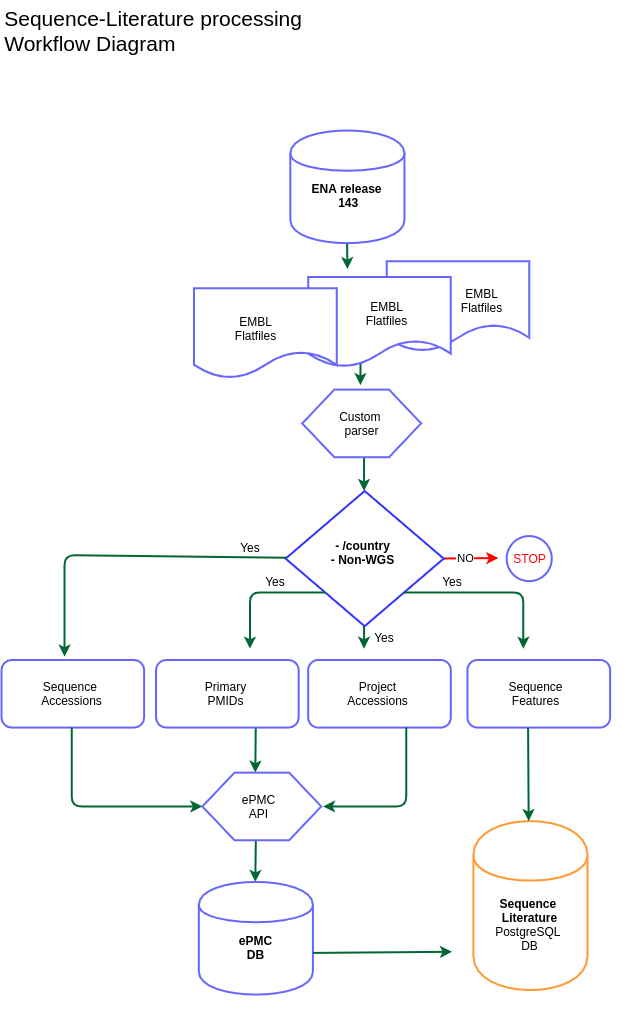
Before: preprocessing/WILDSIdataworkflow.png, a diagram exported from draw.io (alakob/sequence-literature). Source tidied: cells renumbered, new cells last; positions are measured from the earlier drawing's top-left corner, leaving out a move shared by most shapes.
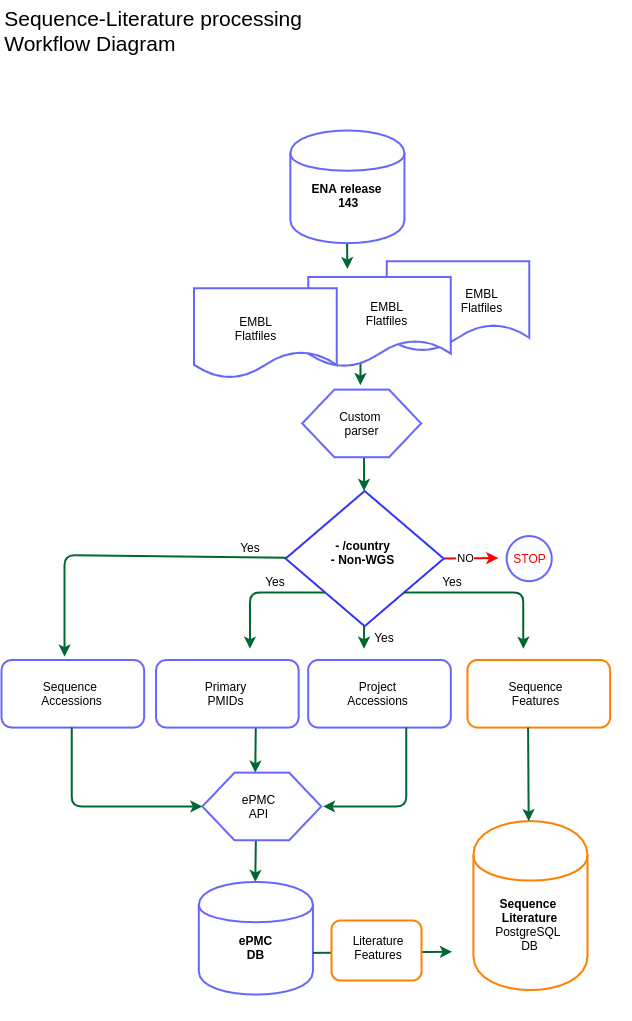
After the commit.

The edit, as a diff of the source:
```diff
@@ -101,7 +101,7 @@
     <mxCell id="27" style="rounded=1;whiteSpace=wrap;html=1;strokeWidth=2;strokeColor=#6666FF;" parent="2" vertex="1">
       <mxGeometry x="306.7" y="529.5" width="142.6" height="67.6" as="geometry" />
     </mxCell>
-    <mxCell id="28" style="rounded=1;whiteSpace=wrap;html=1;strokeWidth=2;strokeColor=#6666FF;" parent="2" vertex="1">
+    <mxCell id="28" style="rounded=1;whiteSpace=wrap;html=1;strokeWidth=2;strokeColor=#FF8000;" parent="2" vertex="1">
       <mxGeometry x="466" y="529.5" width="142.6" height="67.6" as="geometry" />
     </mxCell>
     <mxCell id="29" style="verticalLabelPosition=bottom;verticalAlign=top;html=1;shape=hexagon;perimeter=hexagonPerimeter2;arcSize=6;size=0.27;strokeWidth=2;strokeColor=#6666FF;" parent="2" vertex="1">
@@ -122,7 +122,7 @@
     <mxCell id="34" style="shape=cylinder;whiteSpace=wrap;html=1;boundedLbl=1;backgroundOutline=1;strokeColor=#6666FF;strokeWidth=2;" parent="2" vertex="1">
       <mxGeometry x="197.3" y="751.4" width="114.1" height="112.7" as="geometry" />
     </mxCell>
-    <mxCell id="35" style="shape=cylinder;whiteSpace=wrap;html=1;boundedLbl=1;backgroundOutline=1;strokeWidth=2;strokeColor=#FF9933;" parent="2" vertex="1">
+    <mxCell id="35" style="shape=cylinder;whiteSpace=wrap;html=1;boundedLbl=1;backgroundOutline=1;strokeWidth=2;strokeColor=#FF8000;" parent="2" vertex="1">
       <mxGeometry x="471.9" y="690.6" width="114.1" height="169" as="geometry" />
     </mxCell>
     <mxCell id="36" value="&lt;b&gt;ePMC&lt;br&gt;DB&lt;/b&gt;" style="text;html=1;strokeColor=none;fillColor=none;align=center;verticalAlign=middle;whiteSpace=wrap;rounded=0;" parent="2" vertex="1">
@@ -198,6 +198,12 @@
     <mxCell id="49" value="Yes" style="text;html=1;strokeColor=none;fillColor=none;align=center;verticalAlign=middle;whiteSpace=wrap;rounded=0;" parent="2" vertex="1">
       <mxGeometry x="359" y="495.7" width="47.5" height="22.5" as="geometry" />
     </mxCell>
+    <mxCell id="51" style="rounded=1;whiteSpace=wrap;html=1;strokeWidth=2;strokeColor=#FF8000;" parent="2" vertex="1">
+      <mxGeometry x="330" y="790" width="90" height="60" as="geometry" />
+    </mxCell>
+    <mxCell id="52" value="Literature&lt;br&gt;Features" style="text;html=1;strokeColor=none;fillColor=none;align=center;verticalAlign=middle;whiteSpace=wrap;rounded=0;" parent="2" vertex="1">
+      <mxGeometry x="356.8" y="806.8" width="40" height="20" as="geometry" />
+    </mxCell>
     <mxCell id="50" value="&lt;font style=&quot;font-size: 21px&quot;&gt;Sequence-Literature processing &lt;br&gt;&lt;div style=&quot;text-align: left&quot;&gt;&lt;span&gt;Workflow Diagram&lt;/span&gt;&lt;/div&gt;&lt;/font&gt;" style="text;html=1;align=center;verticalAlign=middle;whiteSpace=wrap;rounded=0;" parent="1" vertex="1">
       <mxGeometry width="310" height="60" as="geometry" />
     </mxCell>
```
